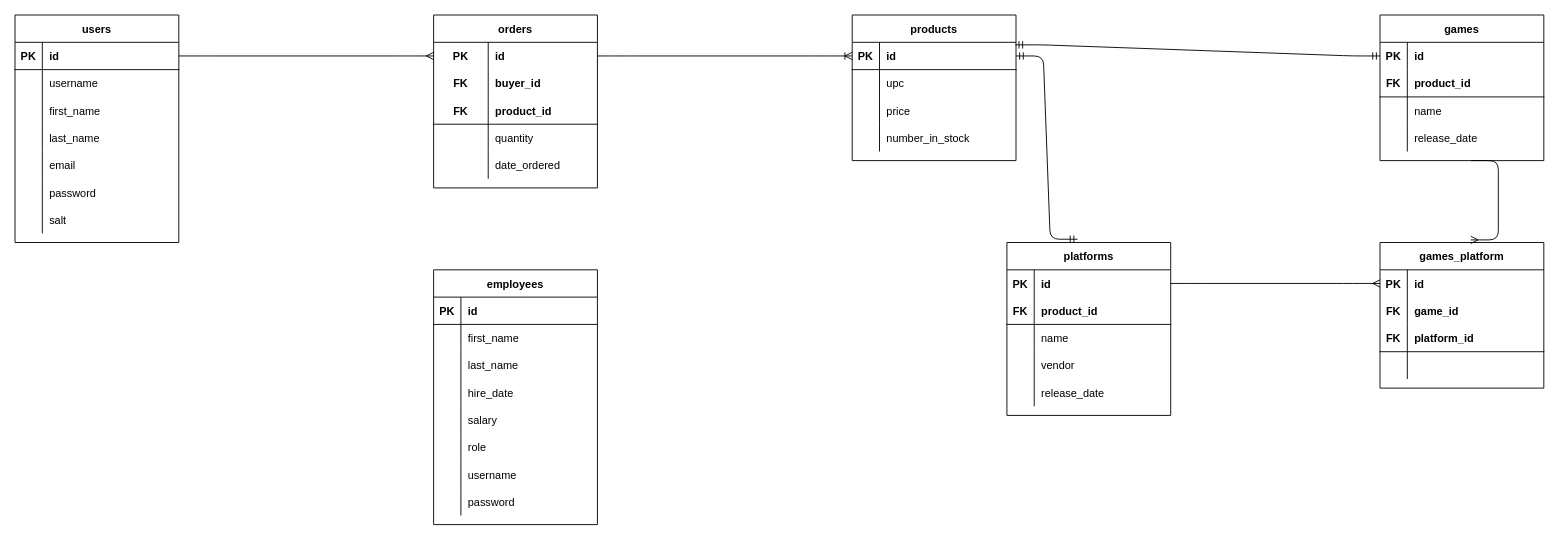
Before: ERD.drawio in jamesaiello42/Video-Game-API, a draw.io diagram. Source tidied: cells renumbered, new cells numbered last; positions are measured from the earlier drawing's top-left corner, leaving out a move shared by most shapes. Both pictures are drawn from the tidied source at 91%, with x=0, y=0 at pixel (15, 15).
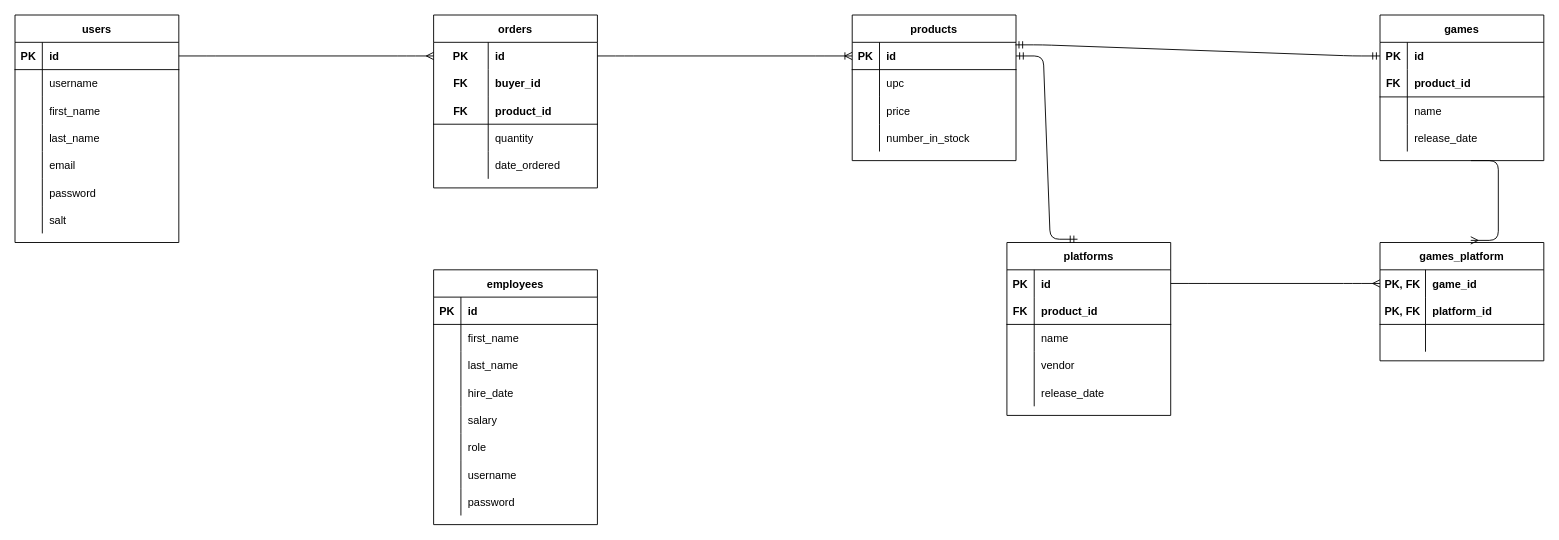
The same diagram, later.

The change refers to these unchanged cells:
```xml
<mxCell id="51" style="shape=partialRectangle;fillColor=none;top=0;left=0;bottom=0;right=0;points=[[0,0.5],[1,0.5]];portConstraint=eastwest;strokeColor=#000000;strokeWidth=1;" parent="50" vertex="1">
  <mxGeometry y="30" width="180" height="30" as="geometry" />
</mxCell>
```

Change to the diagram source:
```diff
@@
     <mxCell id="37" value="games_platform" style="shape=table;startSize=30;childLayout=tableLayout;rowLines=0;fontStyle=1;align=center;" parent="1" vertex="1">
-      <mxGeometry x="1500" y="250" width="180" height="160" as="geometry" />
+      <mxGeometry x="1500" y="250" width="180" height="130" as="geometry" />
     </mxCell>
-    <mxCell id="38" style="shape=partialRectangle;fillColor=none;top=0;left=0;bottom=0;right=0;points=[[0,0.5],[1,0.5]];portConstraint=eastwest;" parent="37" vertex="1">
-      <mxGeometry y="30" width="180" height="30" as="geometry" />
-    </mxCell>
-    <mxCell id="39" value="PK" style="shape=partialRectangle;fillColor=none;top=0;left=0;bottom=0;right=0;fontStyle=1;overflow=hidden;" parent="38" vertex="1">
-      <mxGeometry width="30" height="30" as="geometry" />
-    </mxCell>
-    <mxCell id="40" value="id" style="shape=partialRectangle;fillColor=none;top=0;left=0;bottom=0;right=0;align=left;spacingLeft=6;fontStyle=1;overflow=hidden;" parent="38" vertex="1">
-      <mxGeometry x="30" width="150" height="30" as="geometry" />
-    </mxCell>
     <mxCell id="41" style="shape=partialRectangle;fillColor=none;top=0;left=0;bottom=0;right=0;" parent="37" vertex="1">
-      <mxGeometry y="60" width="180" height="30" as="geometry" />
+      <mxGeometry y="30" width="180" height="30" as="geometry" />
     </mxCell>
-    <mxCell id="42" value="FK" style="shape=partialRectangle;fillColor=none;top=0;left=0;bottom=0;right=0;fontStyle=1;overflow=hidden;" parent="41" vertex="1">
-      <mxGeometry width="30" height="30" as="geometry" />
+    <mxCell id="42" value="PK, FK" style="shape=partialRectangle;fillColor=none;top=0;left=0;bottom=0;right=0;fontStyle=1;overflow=hidden;" parent="41" vertex="1">
+      <mxGeometry width="50" height="30" as="geometry" />
     </mxCell>
     <mxCell id="43" value="game_id" style="shape=partialRectangle;fillColor=none;top=0;left=0;bottom=0;right=0;align=left;spacingLeft=6;fontStyle=1;overflow=hidden;" parent="41" vertex="1">
-      <mxGeometry x="30" width="150" height="30" as="geometry" />
+      <mxGeometry x="50" width="130" height="30" as="geometry" />
     </mxCell>
     <mxCell id="44" style="shape=partialRectangle;fillColor=none;top=0;left=0;bottom=1;right=0;" parent="37" vertex="1">
-      <mxGeometry y="90" width="180" height="30" as="geometry" />
+      <mxGeometry y="60" width="180" height="30" as="geometry" />
     </mxCell>
-    <mxCell id="45" value="FK" style="shape=partialRectangle;fillColor=none;top=0;left=0;bottom=0;right=0;fontStyle=1;overflow=hidden;" parent="44" vertex="1">
-      <mxGeometry width="30" height="30" as="geometry" />
+    <mxCell id="45" value="PK, FK" style="shape=partialRectangle;fillColor=none;top=0;left=0;bottom=0;right=0;fontStyle=1;overflow=hidden;" parent="44" vertex="1">
+      <mxGeometry width="50" height="30" as="geometry" />
     </mxCell>
     <mxCell id="46" value="platform_id" style="shape=partialRectangle;fillColor=none;top=0;left=0;bottom=0;right=0;align=left;spacingLeft=6;fontStyle=1;overflow=hidden;" parent="44" vertex="1">
-      <mxGeometry x="30" width="150" height="30" as="geometry" />
+      <mxGeometry x="50" width="130" height="30" as="geometry" />
     </mxCell>
     <mxCell id="47" style="shape=partialRectangle;fillColor=none;top=0;left=0;bottom=0;right=0;" parent="37" vertex="1">
-      <mxGeometry y="120" width="180" height="30" as="geometry" />
+      <mxGeometry y="90" width="180" height="30" as="geometry" />
     </mxCell>
     <mxCell id="48" style="shape=partialRectangle;fillColor=none;top=0;left=0;bottom=0;right=0;fontStyle=1;overflow=hidden;" parent="47" vertex="1">
-      <mxGeometry width="30" height="30" as="geometry" />
+      <mxGeometry width="50" height="30" as="geometry" />
     </mxCell>
     <mxCell id="49" style="shape=partialRectangle;fillColor=none;top=0;left=0;bottom=0;right=0;align=left;spacingLeft=6;fontStyle=1;overflow=hidden;" parent="47" vertex="1">
-      <mxGeometry x="30" width="150" height="30" as="geometry" />
+      <mxGeometry x="50" width="130" height="30" as="geometry" />
     </mxCell>
@@
-    <mxCell id="124" style="edgeStyle=entityRelationEdgeStyle;fontSize=12;html=1;endArrow=ERmany;exitX=1;exitY=0.5;exitDx=0;exitDy=0;" parent="1" edge="1" source="51" target="38">
-      <mxGeometry relative="1" as="geometry" />
+    <mxCell id="124" style="edgeStyle=entityRelationEdgeStyle;fontSize=12;html=1;endArrow=ERmany;exitX=1;exitY=0.5;exitDx=0;exitDy=0;" parent="1" edge="1" source="51">
+      <mxGeometry relative="1" as="geometry">
+        <mxPoint x="1500" y="295" as="targetPoint" />
+      </mxGeometry>
     </mxCell>
```
